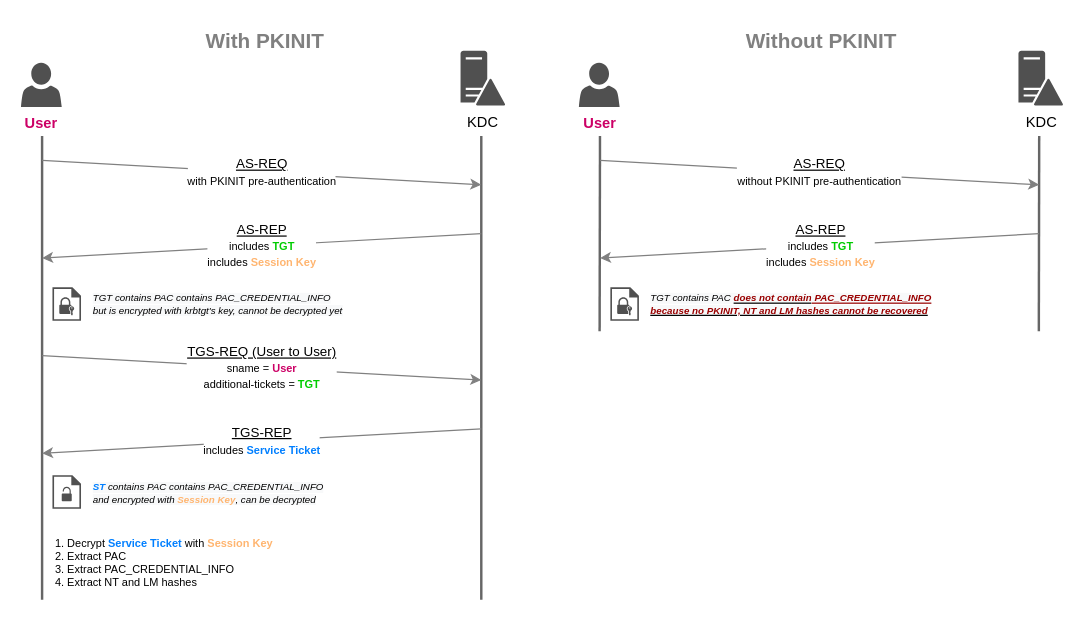
Earlier version of the draw.io diagram .assets/drawios/UnPAC-the-hash.drawio (The-Hacker-Recipes/The-Hacker-Recipes). Source tidied: cells renumbered, new cells numbered last; positions are measured from the earlier drawing's top-left corner, leaving out a move shared by most shapes. Both pictures are drawn from the tidied source at 122%, with x=0, y=0 at pixel (21, 21).
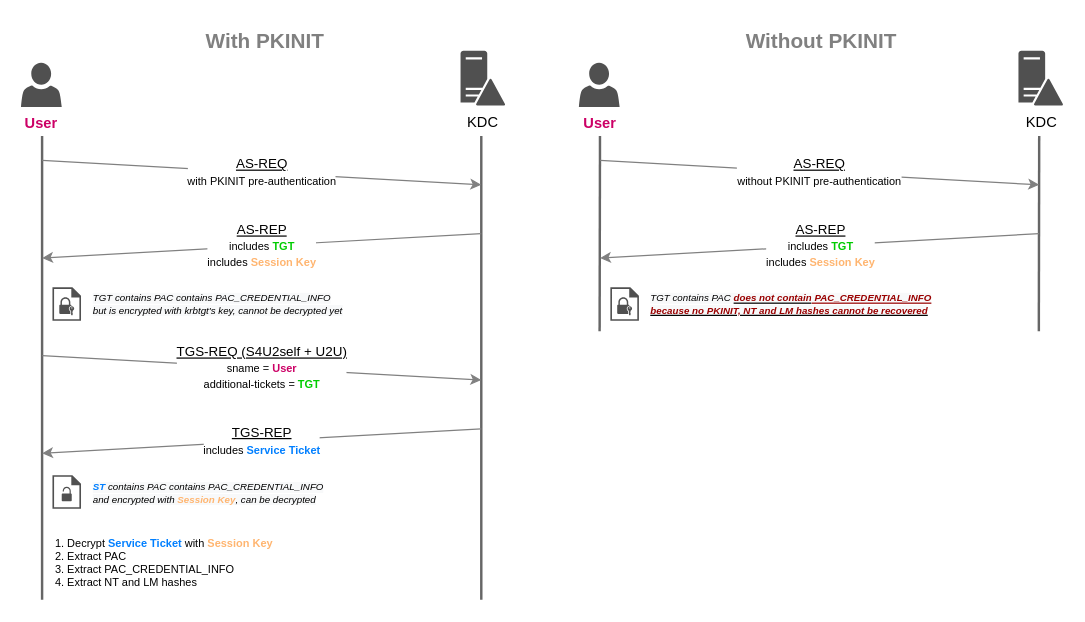
The same page after the edit.

Commit message (it also covers changes not shown here):
New diagrams and social previews

Diff of the diagram source:
```diff
@@
-    <mxCell id="10" value="&lt;u&gt;TGS-REQ (User to User)&lt;br&gt;&lt;/u&gt;&lt;font style=&quot;font-size: 9px&quot;&gt;sname = &lt;b&gt;&lt;font color=&quot;#cc0066&quot;&gt;User&lt;/font&gt;&lt;/b&gt;&lt;br&gt;additional-tickets = &lt;b&gt;&lt;font color=&quot;#00cc00&quot;&gt;TGT&lt;/font&gt;&lt;/b&gt;&lt;/font&gt;" style="endArrow=classic;html=1;strokeColor=#808080;" parent="1" edge="1">
+    <mxCell id="10" value="&lt;u&gt;TGS-REQ (S4U2self + U2U)&lt;br&gt;&lt;/u&gt;&lt;font style=&quot;font-size: 9px&quot;&gt;sname = &lt;b&gt;&lt;font color=&quot;#cc0066&quot;&gt;User&lt;/font&gt;&lt;/b&gt;&lt;br&gt;additional-tickets = &lt;b&gt;&lt;font color=&quot;#00cc00&quot;&gt;TGT&lt;/font&gt;&lt;/b&gt;&lt;/font&gt;" style="endArrow=classic;html=1;strokeColor=#808080;" parent="1" edge="1">
       <mxGeometry relative="1" as="geometry">
         <mxPoint x="17" y="274" as="sourcePoint" />
         <mxPoint x="377" y="294" as="targetPoint" />
       </mxGeometry>
     </mxCell>
```
